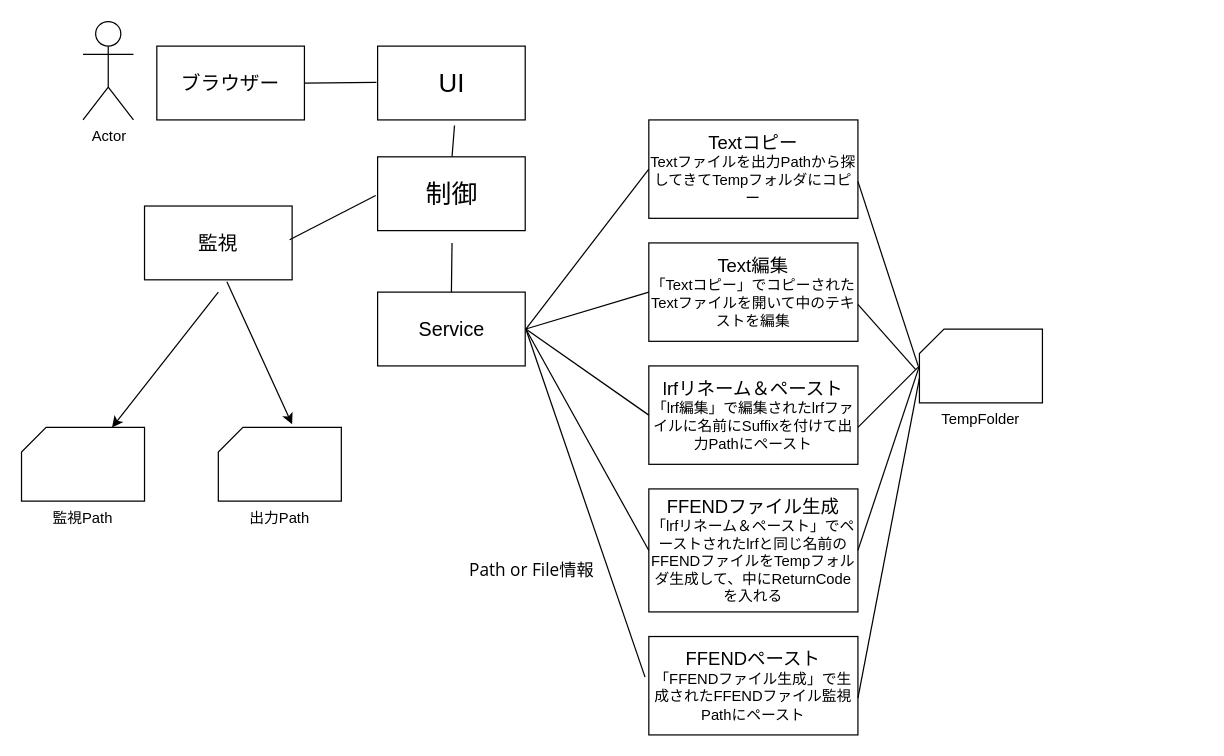
y-one-circle/WatchAndTransform keeps this draw.io diagram as docs/コンポーネント図.drawio. Above is the earlier version. Source tidied: cells renumbered, new cells numbered last; positions are measured from the earlier drawing's top-left corner, leaving out a move shared by most shapes. Both pictures are drawn from the tidied source at 123%, with x=0, y=0 at pixel (21, 21).
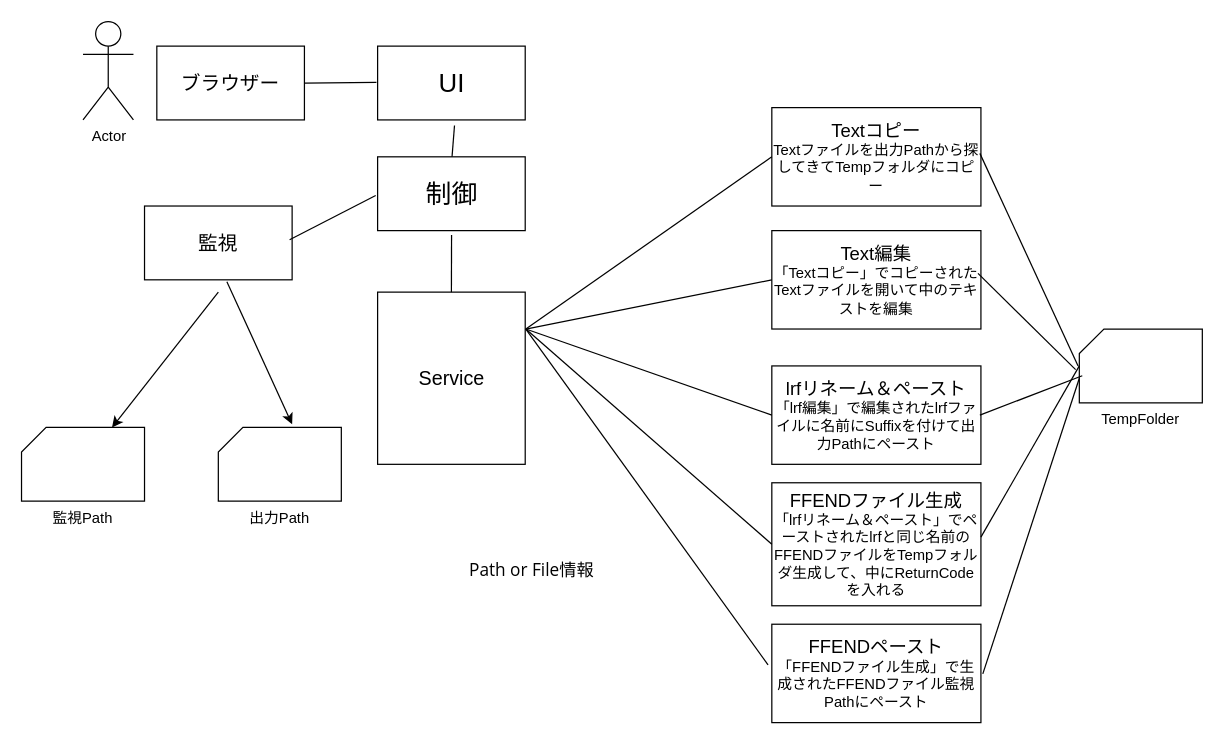
Above is the later version.

Unchanged cells that the change refers to:
```xml
<mxCell id="31" value="&lt;font style=&quot;font-size: 21px;&quot;&gt;制御&lt;/font&gt;" style="rounded=0;whiteSpace=wrap;html=1;" parent="1" vertex="1">
  <mxGeometry x="289.5" y="110" width="120" height="60" as="geometry" />
</mxCell>
```

The edit, as a diff of the source:
```diff
@@
     <mxCell id="5" value="&lt;span style=&quot;font-size: 16px;&quot;&gt;Service&lt;/span&gt;" style="rounded=0;whiteSpace=wrap;html=1;" parent="1" vertex="1">
-      <mxGeometry x="289.5" y="220" width="120" height="60" as="geometry" />
+      <mxGeometry x="289.5" y="220" width="120" height="140" as="geometry" />
     </mxCell>
@@
     <mxCell id="11" value="&lt;font style=&quot;font-size: 15px;&quot;&gt;Textコピー&lt;/font&gt;&lt;br&gt;Textファイルを出力Pathから探してきてTempフォルダにコピー" style="rounded=0;whiteSpace=wrap;html=1;" parent="1" vertex="1">
-      <mxGeometry x="510" y="80" width="170" height="80" as="geometry" />
+      <mxGeometry x="610" y="70" width="170" height="80" as="geometry" />
     </mxCell>
     <mxCell id="12" value="&lt;span style=&quot;font-size: 15px;&quot;&gt;Text編集&lt;/span&gt;&lt;br&gt;「Textコピー」でコピーされたTextファイルを開いて中のテキストを編集" style="rounded=0;whiteSpace=wrap;html=1;" parent="1" vertex="1">
-      <mxGeometry x="510" y="180" width="170" height="80" as="geometry" />
+      <mxGeometry x="610" y="170" width="170" height="80" as="geometry" />
     </mxCell>
     <mxCell id="13" value="&lt;span style=&quot;font-size: 15px;&quot;&gt;lrfリネーム＆ペースト&lt;/span&gt;&lt;br&gt;「lrf編集」で編集されたlrfファイルに名前にSuffixを付けて出力Pathにペースト" style="rounded=0;whiteSpace=wrap;html=1;" parent="1" vertex="1">
-      <mxGeometry x="510" y="280" width="170" height="80" as="geometry" />
+      <mxGeometry x="610" y="280" width="170" height="80" as="geometry" />
     </mxCell>
     <mxCell id="14" value="&lt;span style=&quot;font-size: 15px;&quot;&gt;FFENDファイル生成&lt;/span&gt;&lt;br&gt;「lrfリネーム＆ペースト」でペーストされたlrfと同じ名前のFFENDファイルをTempフォルダ生成して、中にReturnCodeを入れる" style="rounded=0;whiteSpace=wrap;html=1;" parent="1" vertex="1">
-      <mxGeometry x="510" y="380" width="170" height="100" as="geometry" />
+      <mxGeometry x="610" y="375" width="170" height="100" as="geometry" />
     </mxCell>
     <mxCell id="15" value="TempFolder" style="verticalLabelPosition=bottom;verticalAlign=top;html=1;shape=card;whiteSpace=wrap;size=20;arcSize=12;" parent="1" vertex="1">
-      <mxGeometry x="730" y="250" width="100" height="60" as="geometry" />
+      <mxGeometry x="860" y="250" width="100" height="60" as="geometry" />
     </mxCell>
     <mxCell id="16" value="&lt;span style=&quot;font-size: 15px;&quot;&gt;FFENDペースト&lt;/span&gt;&lt;br&gt;「FFENDファイル生成」で生成されたFFENDファイル監視Pathにペースト" style="rounded=0;whiteSpace=wrap;html=1;" parent="1" vertex="1">
-      <mxGeometry x="510" y="500" width="170" height="80" as="geometry" />
+      <mxGeometry x="610" y="490" width="170" height="80" as="geometry" />
     </mxCell>
@@
-    <mxCell id="22" style="endArrow=none;html=1;rounded=0;exitX=0.5;exitY=0;exitDx=0;exitDy=0;" parent="1" edge="1" source="5">
-      <mxGeometry relative="1" as="geometry">
-        <mxPoint x="350" y="180" as="targetPoint" />
-      </mxGeometry>
+    <mxCell id="22" style="endArrow=none;html=1;rounded=0;exitX=0.5;exitY=0;exitDx=0;exitDy=0;entryX=0.501;entryY=1.06;entryDx=0;entryDy=0;entryPerimeter=0;" parent="1" edge="1" source="5" target="31">
+      <mxGeometry relative="1" as="geometry" />
     </mxCell>
@@
-    <mxCell id="24" style="endArrow=none;html=1;rounded=0;entryX=-0.01;entryY=0.5;entryDx=0;entryDy=0;entryPerimeter=0;" parent="1" edge="1" target="15">
-      <mxGeometry relative="1" as="geometry">
-        <mxPoint x="680" y="130" as="sourcePoint" />
-      </mxGeometry>
+    <mxCell id="24" style="endArrow=none;html=1;rounded=0;entryX=-0.01;entryY=0.5;entryDx=0;entryDy=0;entryPerimeter=0;exitX=0.995;exitY=0.465;exitDx=0;exitDy=0;exitPerimeter=0;" parent="1" edge="1" source="11" target="15">
+      <mxGeometry relative="1" as="geometry" />
     </mxCell>
-    <mxCell id="25" style="endArrow=none;html=1;rounded=0;entryX=-0.03;entryY=0.55;entryDx=0;entryDy=0;entryPerimeter=0;" parent="1" edge="1" target="15">
-      <mxGeometry relative="1" as="geometry">
-        <mxPoint x="680" y="230" as="sourcePoint" />
-      </mxGeometry>
+    <mxCell id="25" style="endArrow=none;html=1;rounded=0;entryX=-0.03;entryY=0.55;entryDx=0;entryDy=0;entryPerimeter=0;exitX=0.986;exitY=0.435;exitDx=0;exitDy=0;exitPerimeter=0;" parent="1" edge="1" source="12" target="15">
+      <mxGeometry relative="1" as="geometry" />
     </mxCell>
-    <mxCell id="26" style="endArrow=none;html=1;rounded=0;entryX=0;entryY=0.5;entryDx=0;entryDy=0;entryPerimeter=0;" parent="1" edge="1" target="15">
-      <mxGeometry relative="1" as="geometry">
-        <mxPoint x="680" y="430" as="sourcePoint" />
-      </mxGeometry>
+    <mxCell id="26" style="endArrow=none;html=1;rounded=0;entryX=0;entryY=0.5;entryDx=0;entryDy=0;entryPerimeter=0;exitX=1;exitY=0.442;exitDx=0;exitDy=0;exitPerimeter=0;" parent="1" edge="1" source="14" target="15">
+      <mxGeometry relative="1" as="geometry" />
     </mxCell>
-    <mxCell id="27" style="endArrow=none;html=1;rounded=0;" parent="1" edge="1">
-      <mxGeometry relative="1" as="geometry">
-        <mxPoint x="680" y="330" as="sourcePoint" />
-        <mxPoint x="730" y="280" as="targetPoint" />
-      </mxGeometry>
+    <mxCell id="27" style="endArrow=none;html=1;rounded=0;entryX=0.024;entryY=0.633;entryDx=0;entryDy=0;entryPerimeter=0;exitX=0.995;exitY=0.5;exitDx=0;exitDy=0;exitPerimeter=0;" parent="1" edge="1" source="13" target="15">
+      <mxGeometry relative="1" as="geometry" />
     </mxCell>
-    <mxCell id="28" style="endArrow=none;html=1;rounded=0;entryX=0;entryY=0;entryDx=0;entryDy=40;entryPerimeter=0;" parent="1" edge="1" target="15">
-      <mxGeometry relative="1" as="geometry">
-        <mxPoint x="680" y="550" as="sourcePoint" />
-      </mxGeometry>
+    <mxCell id="28" style="endArrow=none;html=1;rounded=0;entryX=0;entryY=0;entryDx=0;entryDy=40;entryPerimeter=0;exitX=1.009;exitY=0.505;exitDx=0;exitDy=0;exitPerimeter=0;" parent="1" edge="1" source="16" target="15">
+      <mxGeometry relative="1" as="geometry" />
     </mxCell>
```
